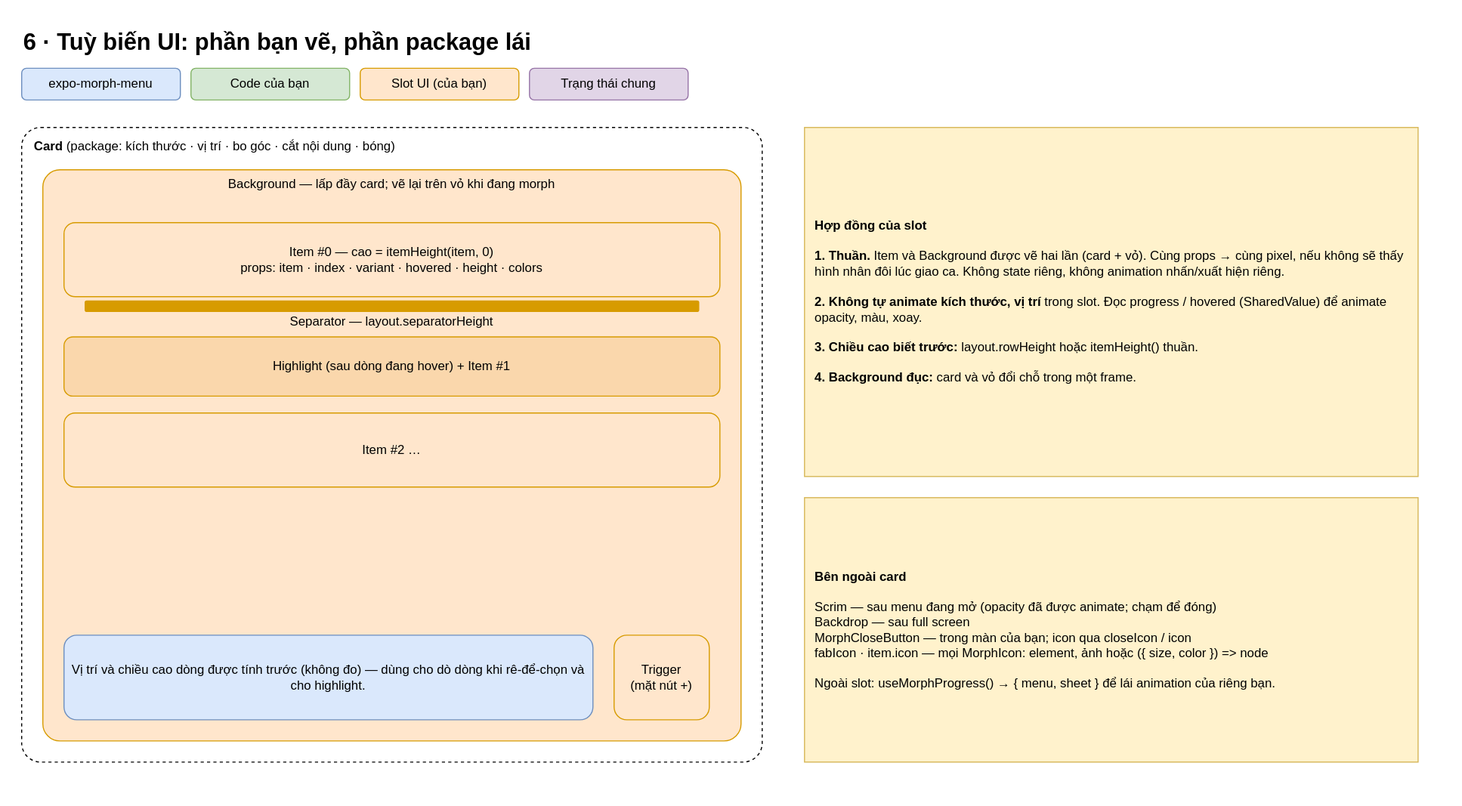
This is docs/diagrams/svg/vi/6-slots.svg from anhtuank7c/expo-morph-menu, a draw.io export, as it was before one commit. Source tidied: cells renumbered, new cells last; positions are measured from the earlier drawing's top-left corner, leaving out a move shared by most shapes.
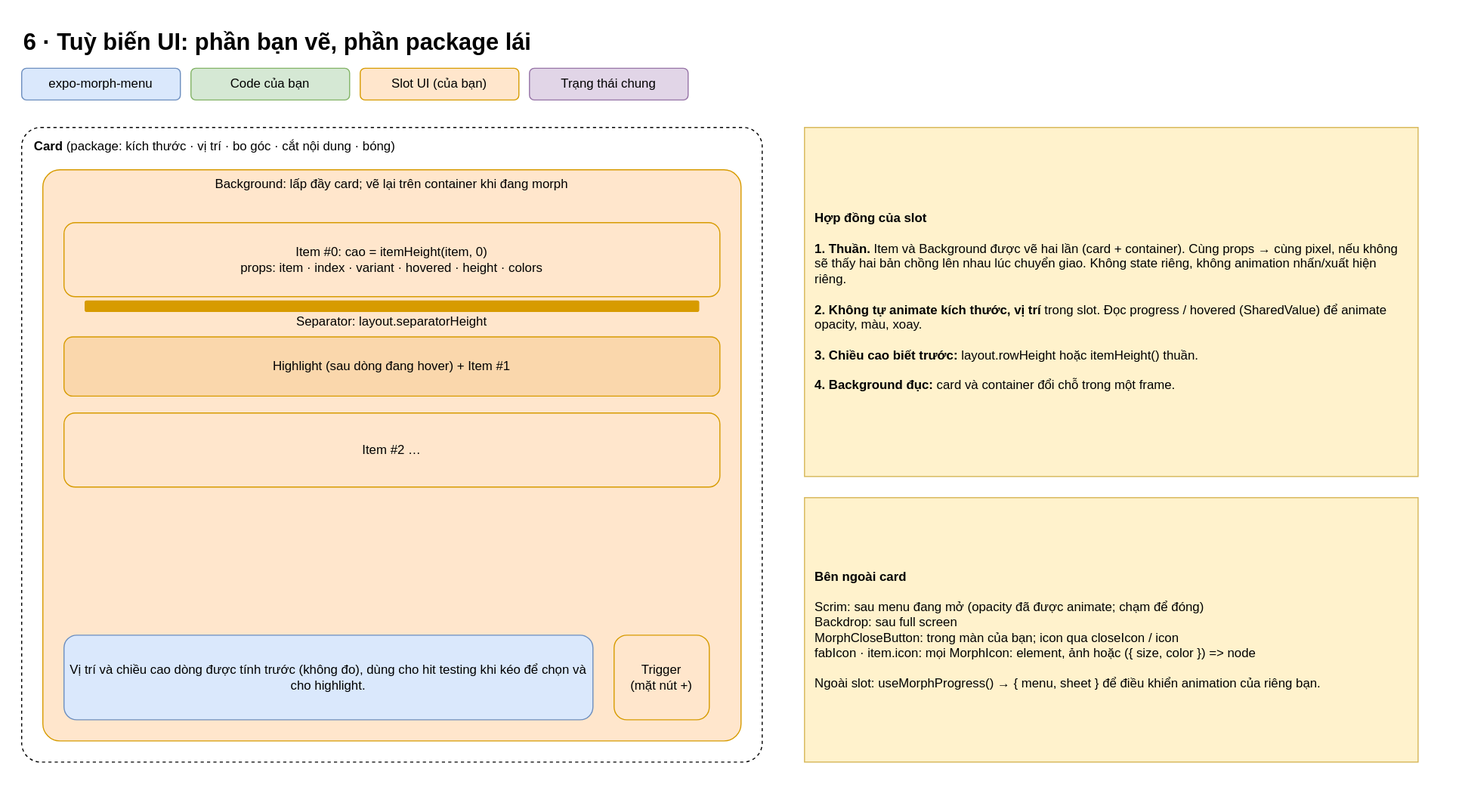
The same diagram one commit later.

What changed in the source:
```diff
@@ -20,16 +20,16 @@
     <mxCell id="7" value="&lt;b&gt;Card&lt;/b&gt; (package: kích thước · vị trí · bo góc · cắt nội dung · bóng)" style="rounded=1;whiteSpace=wrap;html=1;fillColor=none;dashed=1;verticalAlign=top;align=left;spacingLeft=10;spacingTop=4;arcSize=3;" parent="1" vertex="1">
       <mxGeometry y="100" width="700" height="600" as="geometry" />
     </mxCell>
-    <mxCell id="8" value="Background — lấp đầy card; vẽ lại trên vỏ khi đang morph" style="rounded=1;whiteSpace=wrap;html=1;fillColor=#ffe6cc;strokeColor=#d79b00;verticalAlign=top;arcSize=3;" parent="1" vertex="1">
+    <mxCell id="8" value="Background: lấp đầy card; vẽ lại trên container khi đang morph" style="rounded=1;whiteSpace=wrap;html=1;fillColor=#ffe6cc;strokeColor=#d79b00;verticalAlign=top;arcSize=3;" parent="1" vertex="1">
       <mxGeometry x="20" y="140" width="660" height="540" as="geometry" />
     </mxCell>
-    <mxCell id="9" value="Item #0 — cao = itemHeight(item, 0)&lt;br&gt;props: item · index · variant · hovered · height · colors" style="rounded=1;whiteSpace=wrap;html=1;fillColor=#ffe6cc;strokeColor=#d79b00;" parent="1" vertex="1">
+    <mxCell id="9" value="Item #0: cao = itemHeight(item, 0)&lt;br&gt;props: item · index · variant · hovered · height · colors" style="rounded=1;whiteSpace=wrap;html=1;fillColor=#ffe6cc;strokeColor=#d79b00;" parent="1" vertex="1">
       <mxGeometry x="40" y="190" width="620" height="70" as="geometry" />
     </mxCell>
     <mxCell id="10" style="rounded=1;whiteSpace=wrap;html=1;fillColor=#ffe6cc;strokeColor=#d79b00;fillColor=#d79b00;" parent="1" vertex="1">
       <mxGeometry x="60" y="264" width="580" height="10" as="geometry" />
     </mxCell>
-    <mxCell id="11" value="Separator — layout.separatorHeight" style="text;html=1;fontSize=12;align=center;verticalAlign=middle;whiteSpace=wrap;" parent="1" vertex="1">
+    <mxCell id="11" value="Separator: layout.separatorHeight" style="text;html=1;fontSize=12;align=center;verticalAlign=middle;whiteSpace=wrap;" parent="1" vertex="1">
       <mxGeometry x="40" y="274" width="620" height="20" as="geometry" />
     </mxCell>
     <mxCell id="12" value="Highlight (sau dòng đang hover) + Item #1" style="rounded=1;whiteSpace=wrap;html=1;fillColor=#ffe6cc;strokeColor=#d79b00;fillColor=#fad7ac;" parent="1" vertex="1">
@@ -41,13 +41,13 @@
     <mxCell id="14" value="Trigger&lt;br&gt;(mặt nút +)" style="rounded=1;whiteSpace=wrap;html=1;fillColor=#ffe6cc;strokeColor=#d79b00;" parent="1" vertex="1">
       <mxGeometry x="560" y="580" width="90" height="80" as="geometry" />
     </mxCell>
-    <mxCell id="15" value="Vị trí và chiều cao dòng được tính trước (không đo) — dùng cho dò dòng khi rê-để-chọn và cho highlight." style="rounded=1;whiteSpace=wrap;html=1;fillColor=#dae8fc;strokeColor=#6c8ebf;" parent="1" vertex="1">
+    <mxCell id="15" value="Vị trí và chiều cao dòng được tính trước (không đo), dùng cho hit testing khi kéo để chọn và cho highlight." style="rounded=1;whiteSpace=wrap;html=1;fillColor=#dae8fc;strokeColor=#6c8ebf;" parent="1" vertex="1">
       <mxGeometry x="40" y="580" width="500" height="80" as="geometry" />
     </mxCell>
-    <mxCell id="16" value="&lt;b&gt;Hợp đồng của slot&lt;/b&gt;&lt;br&gt;&lt;br&gt;&lt;b&gt;1. Thuần.&lt;/b&gt; Item và Background được vẽ hai lần (card + vỏ). Cùng props → cùng pixel, nếu không sẽ thấy hình nhân đôi lúc giao ca. Không state riêng, không animation nhấn/xuất hiện riêng.&lt;br&gt;&lt;br&gt;&lt;b&gt;2. Không tự animate kích thước, vị trí&lt;/b&gt; trong slot. Đọc progress / hovered (SharedValue) để animate opacity, màu, xoay.&lt;br&gt;&lt;br&gt;&lt;b&gt;3. Chiều cao biết trước:&lt;/b&gt; layout.rowHeight hoặc itemHeight() thuần.&lt;br&gt;&lt;br&gt;&lt;b&gt;4. Background đục:&lt;/b&gt; card và vỏ đổi chỗ trong một frame." style="rounded=0;whiteSpace=wrap;html=1;fillColor=#fff2cc;strokeColor=#d6b656;align=left;spacingLeft=8;spacingRight=8;" parent="1" vertex="1">
+    <mxCell id="16" value="&lt;b&gt;Hợp đồng của slot&lt;/b&gt;&lt;br&gt;&lt;br&gt;&lt;b&gt;1. Thuần.&lt;/b&gt; Item và Background được vẽ hai lần (card + container). Cùng props → cùng pixel, nếu không sẽ thấy hai bản chồng lên nhau lúc chuyển giao. Không state riêng, không animation nhấn/xuất hiện riêng.&lt;br&gt;&lt;br&gt;&lt;b&gt;2. Không tự animate kích thước, vị trí&lt;/b&gt; trong slot. Đọc progress / hovered (SharedValue) để animate opacity, màu, xoay.&lt;br&gt;&lt;br&gt;&lt;b&gt;3. Chiều cao biết trước:&lt;/b&gt; layout.rowHeight hoặc itemHeight() thuần.&lt;br&gt;&lt;br&gt;&lt;b&gt;4. Background đục:&lt;/b&gt; card và container đổi chỗ trong một frame." style="rounded=0;whiteSpace=wrap;html=1;fillColor=#fff2cc;strokeColor=#d6b656;align=left;spacingLeft=8;spacingRight=8;" parent="1" vertex="1">
       <mxGeometry x="740" y="100" width="580" height="330" as="geometry" />
     </mxCell>
-    <mxCell id="17" value="&lt;b&gt;Bên ngoài card&lt;/b&gt;&lt;br&gt;&lt;br&gt;Scrim — sau menu đang mở (opacity đã được animate; chạm để đóng)&lt;br&gt;Backdrop — sau full screen&lt;br&gt;MorphCloseButton — trong màn của bạn; icon qua closeIcon / icon&lt;br&gt;fabIcon · item.icon — mọi MorphIcon: element, ảnh hoặc ({ size, color }) =&amp;gt; node&lt;br&gt;&lt;br&gt;Ngoài slot: useMorphProgress() → { menu, sheet } để lái animation của riêng bạn." style="rounded=0;whiteSpace=wrap;html=1;fillColor=#fff2cc;strokeColor=#d6b656;align=left;spacingLeft=8;spacingRight=8;" parent="1" vertex="1">
+    <mxCell id="17" value="&lt;b&gt;Bên ngoài card&lt;/b&gt;&lt;br&gt;&lt;br&gt;Scrim: sau menu đang mở (opacity đã được animate; chạm để đóng)&lt;br&gt;Backdrop: sau full screen&lt;br&gt;MorphCloseButton: trong màn của bạn; icon qua closeIcon / icon&lt;br&gt;fabIcon · item.icon: mọi MorphIcon: element, ảnh hoặc ({ size, color }) =&amp;gt; node&lt;br&gt;&lt;br&gt;Ngoài slot: useMorphProgress() → { menu, sheet } để điều khiển animation của riêng bạn." style="rounded=0;whiteSpace=wrap;html=1;fillColor=#fff2cc;strokeColor=#d6b656;align=left;spacingLeft=8;spacingRight=8;" parent="1" vertex="1">
       <mxGeometry x="740" y="450" width="580" height="250" as="geometry" />
     </mxCell>
   </root>
```
